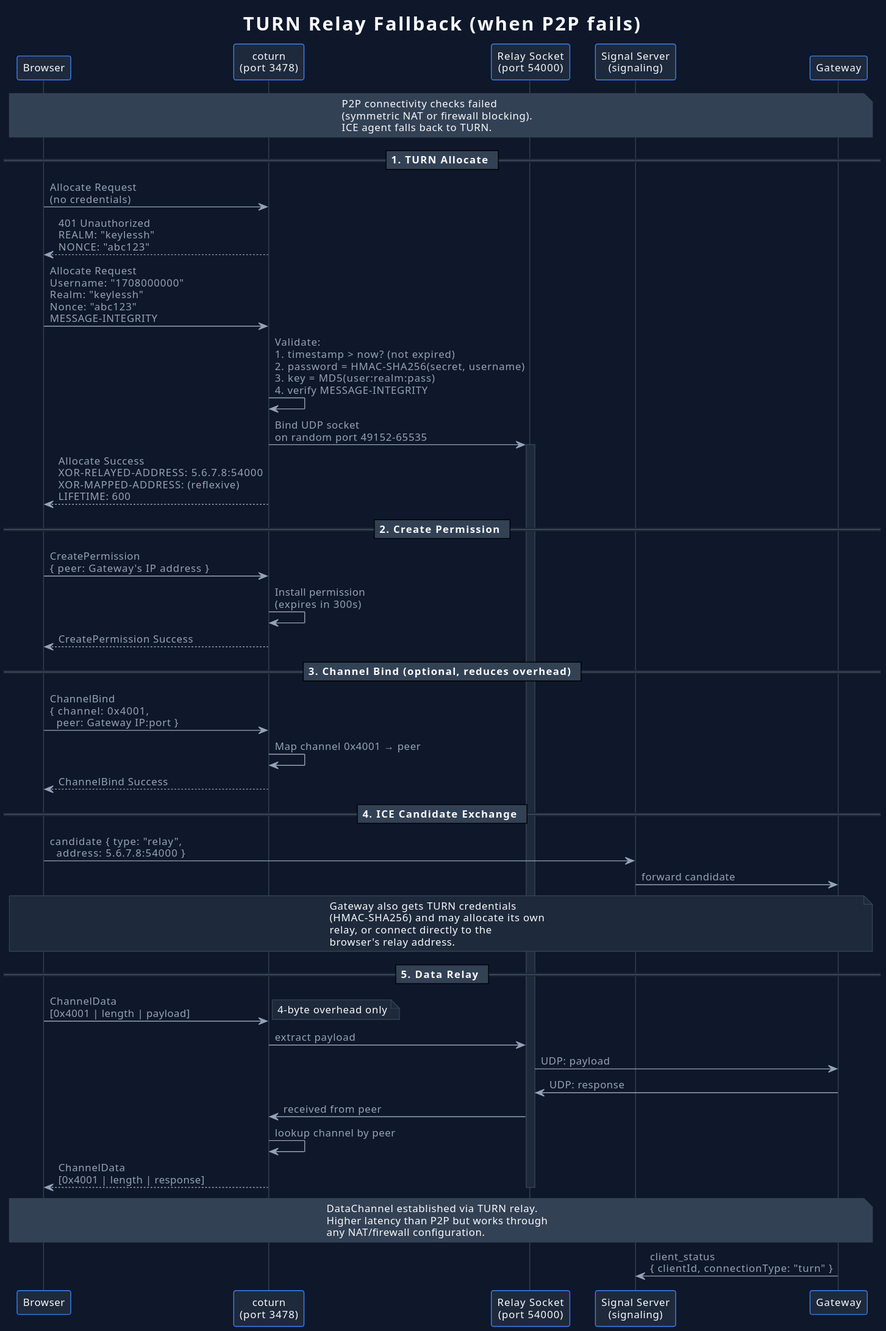
tide-foundation/keylessh-m2 keeps this PlantUML diagram as bridges/punchd-bridge/docs/diagrams/turn-fallback.svg. Above is the earlier version. Its diagram source:
```plantuml
@startuml
!theme plain
title TURN Relay Fallback (when P2P fails)

skinparam {
  backgroundColor #0f172a
  defaultFontColor #f8fafc
  defaultFontName "Segoe UI"
  defaultFontSize 12
  SequenceLifeLineBorderColor #334155
  SequenceLifeLineBackgroundColor #1e293b
  ParticipantBackgroundColor #1e293b
  ParticipantBorderColor #3b82f6
  ParticipantFontColor #f8fafc
  ArrowColor #94a3b8
  ArrowFontColor #94a3b8
  NoteBackgroundColor #1e293b
  NoteBorderColor #334155
  NoteFontColor #f8fafc
  SequenceGroupBackgroundColor #1e293b
  SequenceGroupBorderColor #334155
  SequenceDividerBackgroundColor #334155
  SequenceDividerFontColor #f8fafc
}

participant "Browser" as browser #1e293b
participant "coturn\n(port 3478)" as stun #1e293b
participant "Relay Socket\n(port 54000)" as relay #1e293b
participant "Signal Server\n(signaling)" as sig #1e293b
participant "Gateway" as gw #1e293b

note over browser, gw #334155
  P2P connectivity checks failed
  (symmetric NAT or firewall blocking).
  ICE agent falls back to TURN.
end note

== 1. TURN Allocate ==

browser -> stun : Allocate Request\n(no credentials)

stun --> browser : 401 Unauthorized\nREALM: "keylessh"\nNONCE: "abc123"

browser -> stun : Allocate Request\nUsername: "1708000000"\nRealm: "keylessh"\nNonce: "abc123"\nMESSAGE-INTEGRITY

stun -> stun : Validate:\n1. timestamp > now? (not expired)\n2. password = HMAC-SHA256(secret, username)\n3. key = MD5(user:realm:pass)\n4. verify MESSAGE-INTEGRITY

stun -> relay : Bind UDP socket\non random port 49152-65535
activate relay

stun --> browser : Allocate Success\nXOR-RELAYED-ADDRESS: 5.6.7.8:54000\nXOR-MAPPED-ADDRESS: (reflexive)\nLIFETIME: 600

== 2. Create Permission ==

browser -> stun : CreatePermission\n{ peer: Gateway's IP address }
stun -> stun : Install permission\n(expires in 300s)
stun --> browser : CreatePermission Success

== 3. Channel Bind (optional, reduces overhead) ==

browser -> stun : ChannelBind\n{ channel: 0x4001,\n  peer: Gateway IP:port }
stun -> stun : Map channel 0x4001 → peer
stun --> browser : ChannelBind Success

== 4. ICE Candidate Exchange ==

browser -> sig : candidate { type: "relay",\n  address: 5.6.7.8:54000 }
sig -> gw : forward candidate

note over browser, gw
  Gateway also gets TURN credentials
  (HMAC-SHA256) and may allocate its own
  relay, or connect directly to the
  browser's relay address.
end note

== 5. Data Relay ==

browser -> stun : ChannelData\n[0x4001 | length | payload]
note right: 4-byte overhead only

stun -> relay : extract payload
relay -> gw : UDP: payload

gw -> relay : UDP: response
relay -> stun : received from peer
stun -> stun : lookup channel by peer
stun --> browser : ChannelData\n[0x4001 | length | response]

deactivate relay

note over browser, gw #334155
  DataChannel established via TURN relay.
  Higher latency than P2P but works through
  any NAT/firewall configuration.
end note

gw -> sig : client_status\n{ clientId, connectionType: "turn" }
@enduml
```
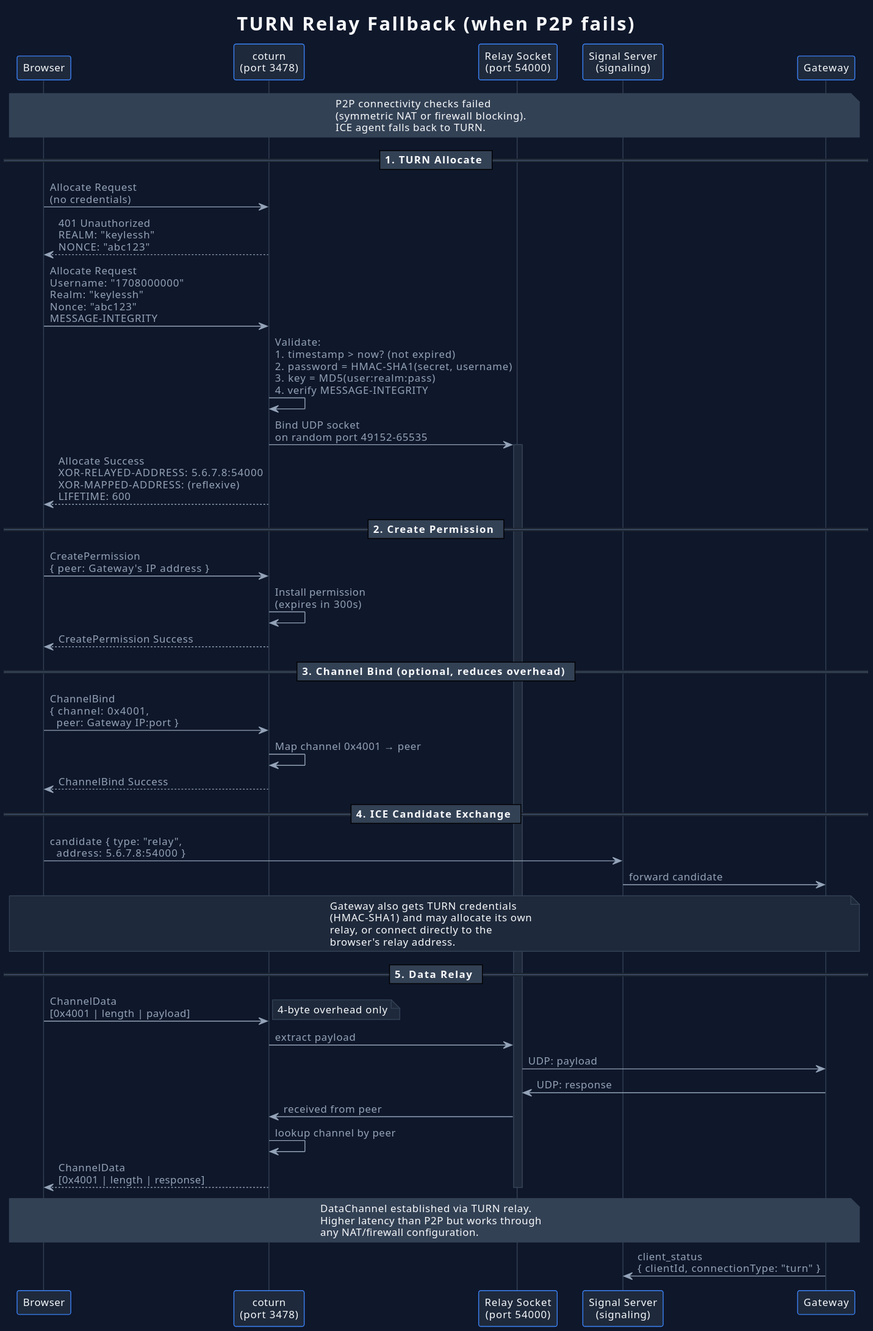
Later version of the same file.

The edit, as a diff of the source:
```diff
@@ -43,7 +43,7 @@
 
 browser -> stun : Allocate Request\nUsername: "1708000000"\nRealm: "keylessh"\nNonce: "abc123"\nMESSAGE-INTEGRITY
 
-stun -> stun : Validate:\n1. timestamp > now? (not expired)\n2. password = HMAC-SHA256(secret, username)\n3. key = MD5(user:realm:pass)\n4. verify MESSAGE-INTEGRITY
+stun -> stun : Validate:\n1. timestamp > now? (not expired)\n2. password = HMAC-SHA1(secret, username)\n3. key = MD5(user:realm:pass)\n4. verify MESSAGE-INTEGRITY
 
 stun -> relay : Bind UDP socket\non random port 49152-65535
 activate relay
@@ -69,7 +69,7 @@
 
 note over browser, gw
   Gateway also gets TURN credentials
-  (HMAC-SHA256) and may allocate its own
+  (HMAC-SHA1) and may allocate its own
   relay, or connect directly to the
   browser's relay address.
 end note
```
